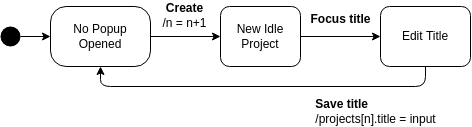
Above: docs/04_assignment/figures/01_create_project/01_state_machine.png in Jumaruba/jtimesched (draw.io), before the change. Source tidied: cells renumbered, new cells last; positions are measured from the earlier drawing's top-left corner, leaving out a move shared by most shapes.
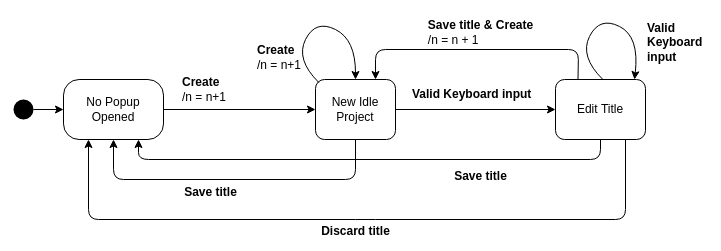
Later version of the same file.

Commit message:
Explain state diagram 1

The edit, as a diff of the source:
```diff
@@ -2,43 +2,107 @@
   <root>
     <mxCell id="0" />
     <mxCell id="1" parent="0" />
+    <mxCell id="13" style="rounded=0;whiteSpace=wrap;html=1;fillColor=#FFFFFF;strokeColor=none;strokeWidth=0;" parent="1" vertex="1">
+      <mxGeometry x="-95" y="-74" width="720" height="250" as="geometry" />
+    </mxCell>
-    <mxCell id="2" style="edgeStyle=none;html=1;" parent="1" edge="1" source="10" target="4">
+    <mxCell id="2" style="edgeStyle=none;html=1;fontColor=#000000;labelBorderColor=none;strokeColor=#000000;" parent="1" edge="1" source="10" target="4">
       <mxGeometry relative="1" as="geometry" />
     </mxCell>
-    <mxCell id="3" style="edgeStyle=none;html=1;" parent="1" edge="1" source="4" target="6">
+    <mxCell id="3" style="edgeStyle=none;html=1;fontColor=#000000;labelBorderColor=none;strokeColor=#000000;" parent="1" edge="1" source="4" target="6">
       <mxGeometry relative="1" as="geometry" />
     </mxCell>
+    <mxCell id="14" style="edgeStyle=none;html=1;exitX=0.5;exitY=1;exitDx=0;exitDy=0;entryX=0.5;entryY=1;entryDx=0;entryDy=0;fontColor=#000000;labelBorderColor=none;strokeColor=#000000;" parent="1" edge="1" source="4" target="10">
+      <mxGeometry relative="1" as="geometry">
+        <Array as="points">
+          <mxPoint x="260" y="106" />
+          <mxPoint x="18" y="106" />
+        </Array>
+      </mxGeometry>
+    </mxCell>
-    <mxCell id="4" value="New Idle&lt;br&gt;Project" style="rounded=1;whiteSpace=wrap;html=1;" parent="1" vertex="1">
+    <mxCell id="4" value="New Idle&lt;br&gt;Project" style="rounded=1;whiteSpace=wrap;html=1;fillColor=none;fontColor=#000000;strokeColor=#000000;" parent="1" vertex="1">
       <mxGeometry x="220" y="6" width="80" height="60" as="geometry" />
     </mxCell>
-    <mxCell id="5" style="edgeStyle=none;html=1;exitX=0.5;exitY=1;exitDx=0;exitDy=0;entryX=0.5;entryY=1;entryDx=0;entryDy=0;" parent="1" edge="1" source="6" target="10">
+    <mxCell id="5" style="edgeStyle=none;html=1;exitX=0.5;exitY=1;exitDx=0;exitDy=0;entryX=0.75;entryY=1;entryDx=0;entryDy=0;fontColor=#000000;labelBorderColor=none;strokeColor=#000000;" parent="1" edge="1" source="6" target="10">
       <mxGeometry relative="1" as="geometry">
         <Array as="points">
-          <mxPoint x="425" y="86" />
-          <mxPoint x="100" y="86" />
+          <mxPoint x="505" y="86" />
+          <mxPoint x="43" y="86" />
         </Array>
       </mxGeometry>
     </mxCell>
+    <mxCell id="15" style="edgeStyle=none;html=1;exitX=0.25;exitY=0;exitDx=0;exitDy=0;entryX=0.75;entryY=0;entryDx=0;entryDy=0;fontColor=#000000;labelBorderColor=none;strokeColor=#000000;" parent="1" edge="1" source="6" target="4">
+      <mxGeometry relative="1" as="geometry">
+        <Array as="points">
+          <mxPoint x="483" y="-24" />
+          <mxPoint x="280" y="-24" />
+        </Array>
+      </mxGeometry>
+    </mxCell>
-    <mxCell id="6" value="Edit Title" style="rounded=1;whiteSpace=wrap;html=1;" parent="1" vertex="1">
-      <mxGeometry x="380" y="6" width="90" height="60" as="geometry" />
+    <mxCell id="6" value="Edit Title" style="rounded=1;whiteSpace=wrap;html=1;fillColor=none;fontColor=#000000;strokeColor=#000000;" parent="1" vertex="1">
+      <mxGeometry x="460" y="6" width="90" height="60" as="geometry" />
     </mxCell>
-    <mxCell id="7" value="&lt;b&gt;Create&lt;/b&gt;&lt;br&gt;/n = n+1" style="text;html=1;align=center;verticalAlign=middle;strokeColor=none;fillColor=none;" parent="1" vertex="1">
-      <mxGeometry x="154" width="60" height="30" as="geometry" />
+    <mxCell id="7" value="&lt;b&gt;Create&lt;/b&gt;&lt;br&gt;/n = n+1" style="text;html=1;align=left;verticalAlign=middle;strokeColor=none;fillColor=none;fontColor=#000000;" parent="1" vertex="1">
+      <mxGeometry x="85" y="1" width="60" height="30" as="geometry" />
     </mxCell>
-    <mxCell id="8" value="&lt;b&gt;Focus title&lt;/b&gt;" style="text;html=1;align=center;verticalAlign=middle;strokeColor=none;fillColor=none;" parent="1" vertex="1">
-      <mxGeometry x="300" y="9" width="80" height="20" as="geometry" />
+    <mxCell id="8" value="&lt;b&gt;Valid Keyboard input&lt;/b&gt;" style="text;html=1;align=left;verticalAlign=middle;strokeColor=none;fillColor=none;fontColor=#000000;" parent="1" vertex="1">
+      <mxGeometry x="315" y="11" width="130" height="20" as="geometry" />
     </mxCell>
-    <mxCell id="9" value="&lt;div style=&quot;text-align: left&quot;&gt;&lt;b&gt;Save title&lt;/b&gt;&lt;/div&gt;&lt;span&gt;&lt;div style=&quot;text-align: left&quot;&gt;&lt;span&gt;/projects[n].title = input&lt;/span&gt;&lt;/div&gt;&lt;/span&gt;" style="text;html=1;align=center;verticalAlign=middle;strokeColor=none;fillColor=none;" parent="1" vertex="1">
-      <mxGeometry x="305" y="96" width="140" height="30" as="geometry" />
+    <mxCell id="9" value="&lt;div style=&quot;text-align: left&quot;&gt;&lt;b&gt;Save title&lt;/b&gt;&lt;/div&gt;" style="text;html=1;align=center;verticalAlign=middle;strokeColor=none;fillColor=none;fontColor=#000000;" parent="1" vertex="1">
+      <mxGeometry x="350" y="93" width="70" height="20" as="geometry" />
     </mxCell>
-    <mxCell id="10" value="No Popup Opened" style="rounded=1;whiteSpace=wrap;html=1;arcSize=26;" parent="1" vertex="1">
-      <mxGeometry x="50" y="6" width="100" height="60" as="geometry" />
+    <mxCell id="10" value="No Popup Opened" style="rounded=1;whiteSpace=wrap;html=1;arcSize=26;fillColor=none;fontColor=#000000;strokeColor=#000000;" parent="1" vertex="1">
+      <mxGeometry x="-32" y="6" width="100" height="60" as="geometry" />
     </mxCell>
-    <mxCell id="11" style="edgeStyle=none;html=1;exitX=1;exitY=0.5;exitDx=0;exitDy=0;entryX=0;entryY=0.5;entryDx=0;entryDy=0;" parent="1" edge="1" source="12" target="10">
+    <mxCell id="11" style="edgeStyle=none;html=1;exitX=1;exitY=0.5;exitDx=0;exitDy=0;entryX=0;entryY=0.5;entryDx=0;entryDy=0;fontColor=#000000;labelBorderColor=none;strokeColor=#000000;" parent="1" edge="1" source="12" target="10">
       <mxGeometry relative="1" as="geometry" />
     </mxCell>
-    <mxCell id="12" style="ellipse;fillColor=#000000;strokeColor=none;" parent="1" vertex="1">
-      <mxGeometry y="26" width="20" height="20" as="geometry" />
+    <mxCell id="12" style="ellipse;fillColor=#000000;strokeColor=none;fontColor=#000000;" parent="1" vertex="1">
+      <mxGeometry x="-82" y="26" width="20" height="20" as="geometry" />
     </mxCell>
+    <mxCell id="16" style="curved=1;endArrow=classic;html=1;exitX=0.042;exitY=0.051;exitDx=0;exitDy=0;entryX=0.5;entryY=0;entryDx=0;entryDy=0;exitPerimeter=0;fontColor=#000000;labelBorderColor=none;strokeColor=#000000;" parent="1" edge="1" source="4" target="4">
+      <mxGeometry relative="1" as="geometry">
+        <Array as="points">
+          <mxPoint x="200" y="-14" />
+          <mxPoint x="220" y="-54" />
+          <mxPoint x="260" y="-34" />
+        </Array>
+      </mxGeometry>
+    </mxCell>
+    <mxCell id="17" value="&lt;b&gt;Create&lt;/b&gt;&lt;br&gt;&lt;div&gt;&lt;span&gt;/n = n+1&amp;nbsp;&lt;/span&gt;&lt;/div&gt;" style="text;html=1;align=left;verticalAlign=middle;strokeColor=none;fillColor=none;fontColor=#000000;" parent="1" vertex="1">
+      <mxGeometry x="160" y="-31" width="60" height="30" as="geometry" />
+    </mxCell>
+    <mxCell id="18" value="&lt;div style=&quot;text-align: left&quot;&gt;&lt;b&gt;Save title&lt;/b&gt;&lt;/div&gt;" style="text;html=1;align=center;verticalAlign=middle;strokeColor=none;fillColor=none;fontColor=#000000;" parent="1" vertex="1">
+      <mxGeometry x="80" y="109" width="70" height="20" as="geometry" />
+    </mxCell>
+    <mxCell id="19" style="curved=1;endArrow=classic;html=1;exitX=0.042;exitY=0.051;exitDx=0;exitDy=0;entryX=0.5;entryY=0;entryDx=0;entryDy=0;exitPerimeter=0;fontColor=#000000;labelBorderColor=none;strokeColor=#000000;" parent="1" edge="1">
+      <mxGeometry relative="1" as="geometry">
+        <mxPoint x="507.4" y="6" as="sourcePoint" />
+        <mxPoint x="539" y="6" as="targetPoint" />
+        <Array as="points">
+          <mxPoint x="484" y="-17.1" />
+          <mxPoint x="504" y="-57.1" />
+          <mxPoint x="544" y="-37.1" />
+        </Array>
+      </mxGeometry>
+    </mxCell>
+    <mxCell id="20" value="&lt;b&gt;Valid &lt;br&gt;Keyboard &lt;br&gt;input&lt;/b&gt;&lt;br&gt;&lt;div&gt;&lt;br&gt;&lt;/div&gt;" style="text;html=1;align=left;verticalAlign=middle;strokeColor=none;fillColor=none;fontColor=#000000;" parent="1" vertex="1">
+      <mxGeometry x="550" y="-54" width="70" height="60" as="geometry" />
+    </mxCell>
+    <mxCell id="21" value="&lt;div style=&quot;text-align: left&quot;&gt;&lt;b&gt;Save title &amp;amp; Create&lt;/b&gt;&lt;/div&gt;&lt;span&gt;&lt;div style=&quot;text-align: left&quot;&gt;&lt;span&gt;/n = n + 1&lt;/span&gt;&lt;span&gt;&lt;br&gt;&lt;/span&gt;&lt;/div&gt;&lt;/span&gt;" style="text;html=1;align=center;verticalAlign=middle;strokeColor=none;fillColor=none;fontColor=#000000;" parent="1" vertex="1">
+      <mxGeometry x="325" y="-56" width="120" height="30" as="geometry" />
+    </mxCell>
+    <mxCell id="22" style="edgeStyle=none;html=1;entryX=0.25;entryY=1;entryDx=0;entryDy=0;fontColor=#000000;labelBorderColor=none;strokeColor=#000000;" parent="1" edge="1" target="10">
+      <mxGeometry relative="1" as="geometry">
+        <mxPoint x="530" y="66" as="sourcePoint" />
+        <Array as="points">
+          <mxPoint x="530" y="146" />
+          <mxPoint x="270" y="146" />
+          <mxPoint x="-7" y="146" />
+        </Array>
+      </mxGeometry>
+    </mxCell>
+    <mxCell id="23" value="&lt;div style=&quot;text-align: left&quot;&gt;&lt;b&gt;Discard title&lt;/b&gt;&lt;/div&gt;" style="text;html=1;align=center;verticalAlign=middle;strokeColor=none;fillColor=none;fontColor=#000000;" parent="1" vertex="1">
+      <mxGeometry x="220" y="148" width="80" height="20" as="geometry" />
+    </mxCell>
   </root>
 </mxGraphModel>
```
